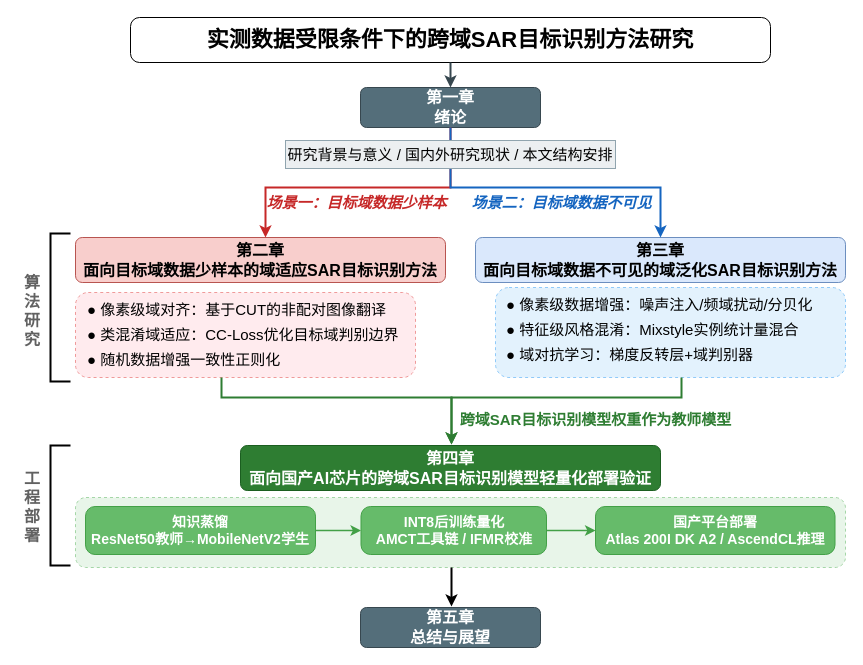
This is figures/论文结构图.drawio from swydefence/nudtpaper, a draw.io file, before an edit. Source tidied: cells renumbered, new cells numbered last; positions are measured from the earlier drawing's top-left corner, leaving out a move shared by most shapes. Both pictures are drawn from the tidied source at 100%, with x=0, y=0 at pixel (17, 17).
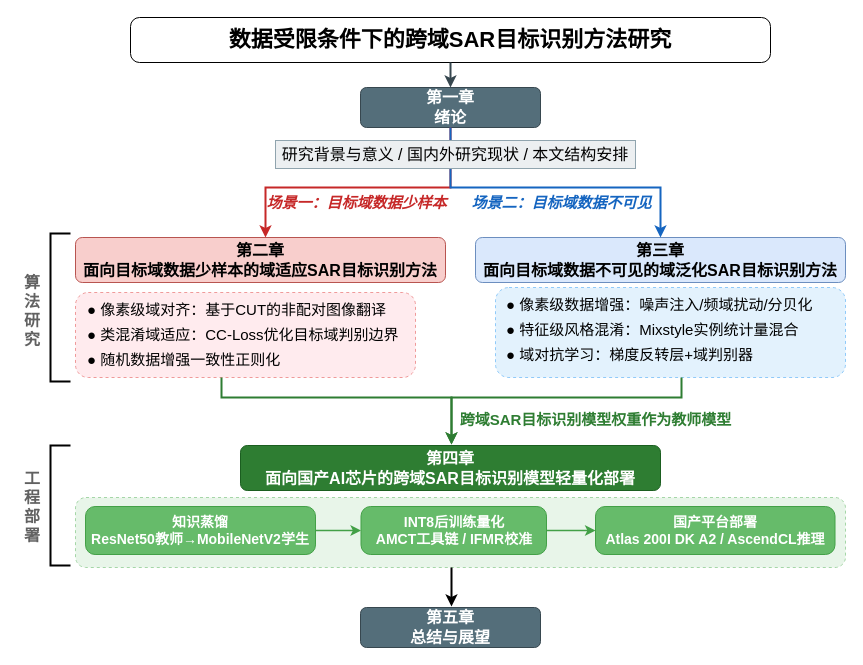
The same page after the edit.

Commit message (it also covers changes not shown here):
1、对第二章进行了大幅度的方法介绍进行了大幅度修改 2、修正了论文结构图

The edit, as a diff of the source:
```diff
@@
-    <mxCell id="2" value="&lt;font style=&quot;font-size: 22px;&quot;&gt;实测数据受限条件下的跨域SAR目标识别方法研究&lt;/font&gt;" style="rounded=1;whiteSpace=wrap;html=1;fontSize=14;fontStyle=1;arcSize=20;shadow=0;align=center;verticalAlign=middle;" parent="1" vertex="1">
+    <mxCell id="2" value="&lt;font style=&quot;font-size: 22px;&quot;&gt;数据受限条件下的跨域SAR目标识别方法研究&lt;/font&gt;" style="rounded=1;whiteSpace=wrap;html=1;fontSize=14;fontStyle=1;arcSize=20;shadow=0;align=center;verticalAlign=middle;" parent="1" vertex="1">
       <mxGeometry x="113" width="640" height="45" as="geometry" />
     </mxCell>
@@
-    <mxCell id="20" value="&lt;font style=&quot;font-size: 16px;&quot;&gt;第四章&lt;br&gt;面向国产AI芯片的跨域SAR目标识别模型轻量化部署验证&lt;/font&gt;" style="rounded=1;whiteSpace=wrap;html=1;fillColor=#2e7d32;fontColor=#ffffff;strokeColor=#1b5e20;fontSize=11;fontStyle=1;arcSize=15;shadow=0;" parent="1" vertex="1">
+    <mxCell id="20" value="&lt;font style=&quot;font-size: 16px;&quot;&gt;第四章&lt;br&gt;面向国产AI芯片的跨域SAR目标识别模型轻量化部署&lt;/font&gt;" style="rounded=1;whiteSpace=wrap;html=1;fillColor=#2e7d32;fontColor=#ffffff;strokeColor=#1b5e20;fontSize=11;fontStyle=1;arcSize=15;shadow=0;" parent="1" vertex="1">
       <mxGeometry x="223" y="428" width="420" height="45" as="geometry" />
     </mxCell>
@@
-    <mxCell id="32" value="&lt;font style=&quot;font-size: 15px;&quot;&gt;研究背景与意义 / 国内外研究现状 / 本文结构安排&lt;/font&gt;" style="rounded=0;whiteSpace=wrap;html=1;fillColor=#eceff1;strokeColor=#90a4ae;fontSize=10;align=center;verticalAlign=middle;" parent="1" vertex="1">
-      <mxGeometry x="268" y="123" width="330" height="28" as="geometry" />
+    <mxCell id="32" value="&lt;font style=&quot;font-size: 16px;&quot;&gt;研究背景与意义 / 国内外研究现状 / 本文结构安排&lt;/font&gt;" style="rounded=0;whiteSpace=wrap;html=1;fillColor=#eceff1;strokeColor=#90a4ae;fontSize=10;align=center;verticalAlign=middle;" parent="1" vertex="1">
+      <mxGeometry x="258" y="123" width="360" height="28" as="geometry" />
     </mxCell>
```
